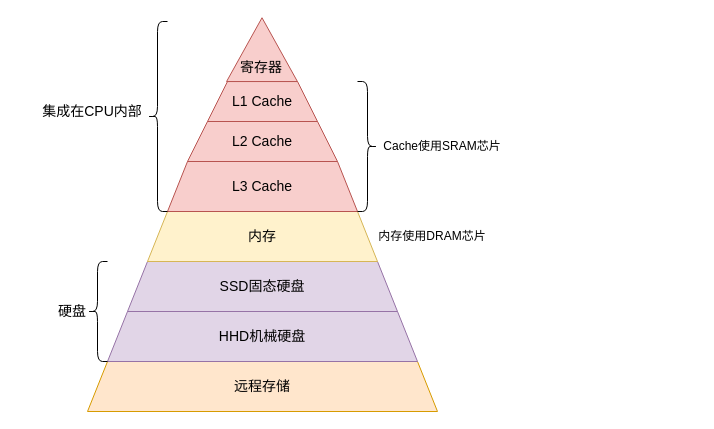
This is 计算机存储金字塔结构.drawio from Netech-DevNote/itquestions_pictures, a draw.io file, before an edit. Source tidied: cells renumbered, new cells numbered last; positions are measured from the earlier drawing's top-left corner, leaving out a move shared by most shapes. Both pictures are drawn from the tidied source at 100%, with x=0, y=0 at pixel (17, 14).
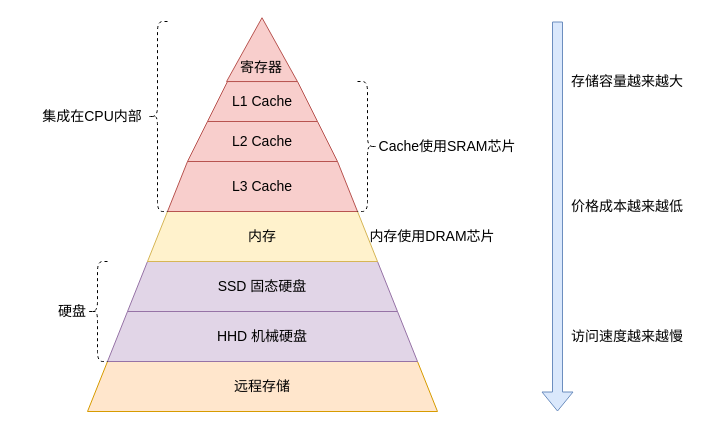
The same page after the edit.

Commit message (it also covers changes not shown here):
更新计算机存储金字塔结构.drawio

The edit, as a diff of the source:
```diff
@@
-    <mxCell id="3" value="HHD机械硬盘" style="shape=trapezoid;perimeter=trapezoidPerimeter;whiteSpace=wrap;html=1;fixedSize=1;fontSize=14;fillColor=#e1d5e7;strokeColor=#9673a6;" parent="1" vertex="1">
+    <mxCell id="3" value="HHD 机械硬盘" style="shape=trapezoid;perimeter=trapezoidPerimeter;whiteSpace=wrap;html=1;fixedSize=1;fontSize=14;fillColor=#e1d5e7;strokeColor=#9673a6;" parent="1" vertex="1">
       <mxGeometry x="90" y="297" width="310" height="50" as="geometry" />
     </mxCell>
-    <mxCell id="4" value="SSD固态硬盘" style="shape=trapezoid;perimeter=trapezoidPerimeter;whiteSpace=wrap;html=1;fixedSize=1;fontSize=14;fillColor=#e1d5e7;strokeColor=#9673a6;" parent="1" vertex="1">
+    <mxCell id="4" value="SSD 固态硬盘" style="shape=trapezoid;perimeter=trapezoidPerimeter;whiteSpace=wrap;html=1;fixedSize=1;fontSize=14;fillColor=#e1d5e7;strokeColor=#9673a6;" parent="1" vertex="1">
       <mxGeometry x="110" y="247" width="270" height="50" as="geometry" />
     </mxCell>
@@
-    <mxCell id="11" style="shape=curlyBracket;whiteSpace=wrap;html=1;rounded=1;labelPosition=left;verticalLabelPosition=middle;align=right;verticalAlign=middle;" parent="1" vertex="1">
+    <mxCell id="11" style="shape=curlyBracket;whiteSpace=wrap;html=1;rounded=1;labelPosition=left;verticalLabelPosition=middle;align=right;verticalAlign=middle;fontSize=14;dashed=1;" parent="1" vertex="1">
       <mxGeometry x="130" y="7" width="20" height="190" as="geometry" />
     </mxCell>
-    <mxCell id="12" value="&lt;font style=&quot;font-size: 14px;&quot;&gt;集成在CPU内部&lt;/font&gt;" style="text;html=1;strokeColor=none;fillColor=none;align=center;verticalAlign=middle;whiteSpace=wrap;rounded=0;" parent="1" vertex="1">
-      <mxGeometry x="20" y="82" width="110" height="30" as="geometry" />
+    <mxCell id="12" value="&lt;font style=&quot;font-size: 14px;&quot;&gt;集成在CPU内部&lt;/font&gt;" style="text;html=1;strokeColor=none;fillColor=none;align=center;verticalAlign=middle;whiteSpace=wrap;rounded=0;fontSize=14;" parent="1" vertex="1">
+      <mxGeometry x="20" y="87" width="110" height="30" as="geometry" />
     </mxCell>
-    <mxCell id="13" style="shape=curlyBracket;whiteSpace=wrap;html=1;rounded=1;labelPosition=left;verticalLabelPosition=middle;align=right;verticalAlign=middle;" parent="1" vertex="1">
+    <mxCell id="13" style="shape=curlyBracket;whiteSpace=wrap;html=1;rounded=1;labelPosition=left;verticalLabelPosition=middle;align=right;verticalAlign=middle;fontSize=14;dashed=1;" parent="1" vertex="1">
       <mxGeometry x="70" y="247" width="20" height="100" as="geometry" />
     </mxCell>
-    <mxCell id="14" value="&lt;font style=&quot;font-size: 14px;&quot;&gt;硬盘&lt;/font&gt;" style="text;html=1;strokeColor=none;fillColor=none;align=center;verticalAlign=middle;whiteSpace=wrap;rounded=0;" parent="1" vertex="1">
+    <mxCell id="14" value="&lt;font style=&quot;font-size: 14px;&quot;&gt;硬盘&lt;/font&gt;" style="text;html=1;strokeColor=none;fillColor=none;align=center;verticalAlign=middle;whiteSpace=wrap;rounded=0;fontSize=14;" parent="1" vertex="1">
       <mxGeometry y="282" width="110" height="30" as="geometry" />
     </mxCell>
-    <mxCell id="15" style="edgeStyle=orthogonalEdgeStyle;rounded=0;orthogonalLoop=1;jettySize=auto;html=1;exitX=0.5;exitY=1;exitDx=0;exitDy=0;" parent="1" edge="1" source="14" target="14">
+    <mxCell id="15" style="edgeStyle=orthogonalEdgeStyle;rounded=0;orthogonalLoop=1;jettySize=auto;html=1;exitX=0.5;exitY=1;exitDx=0;exitDy=0;fontSize=14;" parent="1" edge="1" source="14" target="14">
       <mxGeometry relative="1" as="geometry" />
     </mxCell>
-    <mxCell id="16" style="shape=curlyBracket;whiteSpace=wrap;html=1;rounded=1;flipH=1;labelPosition=right;verticalLabelPosition=middle;align=left;verticalAlign=middle;" parent="1" vertex="1">
+    <mxCell id="16" style="shape=curlyBracket;whiteSpace=wrap;html=1;rounded=1;flipH=1;labelPosition=right;verticalLabelPosition=middle;align=left;verticalAlign=middle;fontSize=14;dashed=1;" parent="1" vertex="1">
       <mxGeometry x="340" y="67" width="20" height="130" as="geometry" />
     </mxCell>
-    <mxCell id="17" value="Cache使用SRAM芯片" style="text;html=1;strokeColor=none;fillColor=none;align=center;verticalAlign=middle;whiteSpace=wrap;rounded=0;" parent="1" vertex="1">
-      <mxGeometry x="360" y="117" width="130" height="30" as="geometry" />
+    <mxCell id="17" value="Cache使用SRAM芯片" style="text;html=1;strokeColor=none;fillColor=none;align=center;verticalAlign=middle;whiteSpace=wrap;rounded=0;fontSize=14;" parent="1" vertex="1">
+      <mxGeometry x="360" y="117" width="140" height="30" as="geometry" />
     </mxCell>
-    <mxCell id="18" value="内存使用DRAM芯片" style="text;html=1;strokeColor=none;fillColor=none;align=center;verticalAlign=middle;whiteSpace=wrap;rounded=0;" parent="1" vertex="1">
+    <mxCell id="18" value="内存使用DRAM芯片" style="text;html=1;strokeColor=none;fillColor=none;align=center;verticalAlign=middle;whiteSpace=wrap;rounded=0;fontSize=14;" parent="1" vertex="1">
       <mxGeometry x="350" y="207" width="130" height="30" as="geometry" />
     </mxCell>
+    <mxCell id="19" style="shape=flexArrow;endArrow=classic;html=1;rounded=0;fontSize=14;fillColor=#dae8fc;strokeColor=#6c8ebf;" parent="1" edge="1">
+      <mxGeometry relative="1" as="geometry">
+        <mxPoint x="540" y="7" as="sourcePoint" />
+        <mxPoint x="540" y="397" as="targetPoint" />
+      </mxGeometry>
+    </mxCell>
+    <mxCell id="20" value="存储容量越来越大" style="text;html=1;strokeColor=none;fillColor=none;align=center;verticalAlign=middle;whiteSpace=wrap;rounded=0;fontSize=14;" parent="1" vertex="1">
+      <mxGeometry x="540" y="52" width="140" height="30" as="geometry" />
+    </mxCell>
+    <mxCell id="21" value="价格成本越来越低" style="text;html=1;strokeColor=none;fillColor=none;align=center;verticalAlign=middle;whiteSpace=wrap;rounded=0;fontSize=14;" parent="1" vertex="1">
+      <mxGeometry x="540" y="177" width="140" height="30" as="geometry" />
+    </mxCell>
+    <mxCell id="22" value="访问速度越来越慢" style="text;html=1;strokeColor=none;fillColor=none;align=center;verticalAlign=middle;whiteSpace=wrap;rounded=0;fontSize=14;" parent="1" vertex="1">
+      <mxGeometry x="540" y="307" width="140" height="30" as="geometry" />
+    </mxCell>
```
